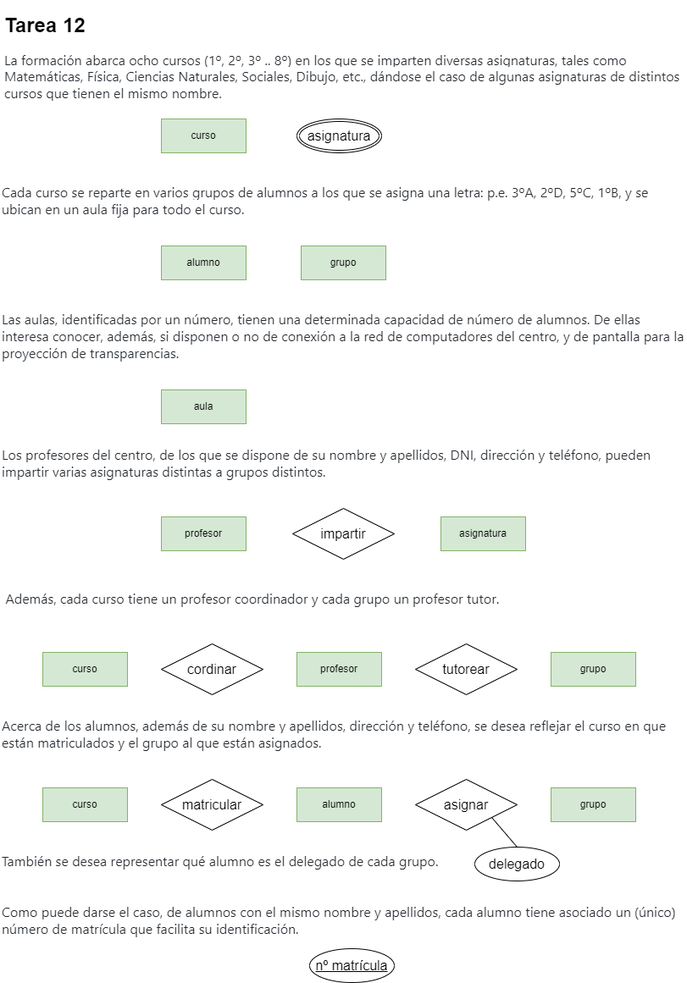
javigh193/bae keeps this draw.io diagram as tareasER/tarea12.png. Above is the earlier version. Source tidied: cells renumbered, new cells last; positions are measured from the earlier drawing's top-left corner, leaving out a move shared by most shapes.
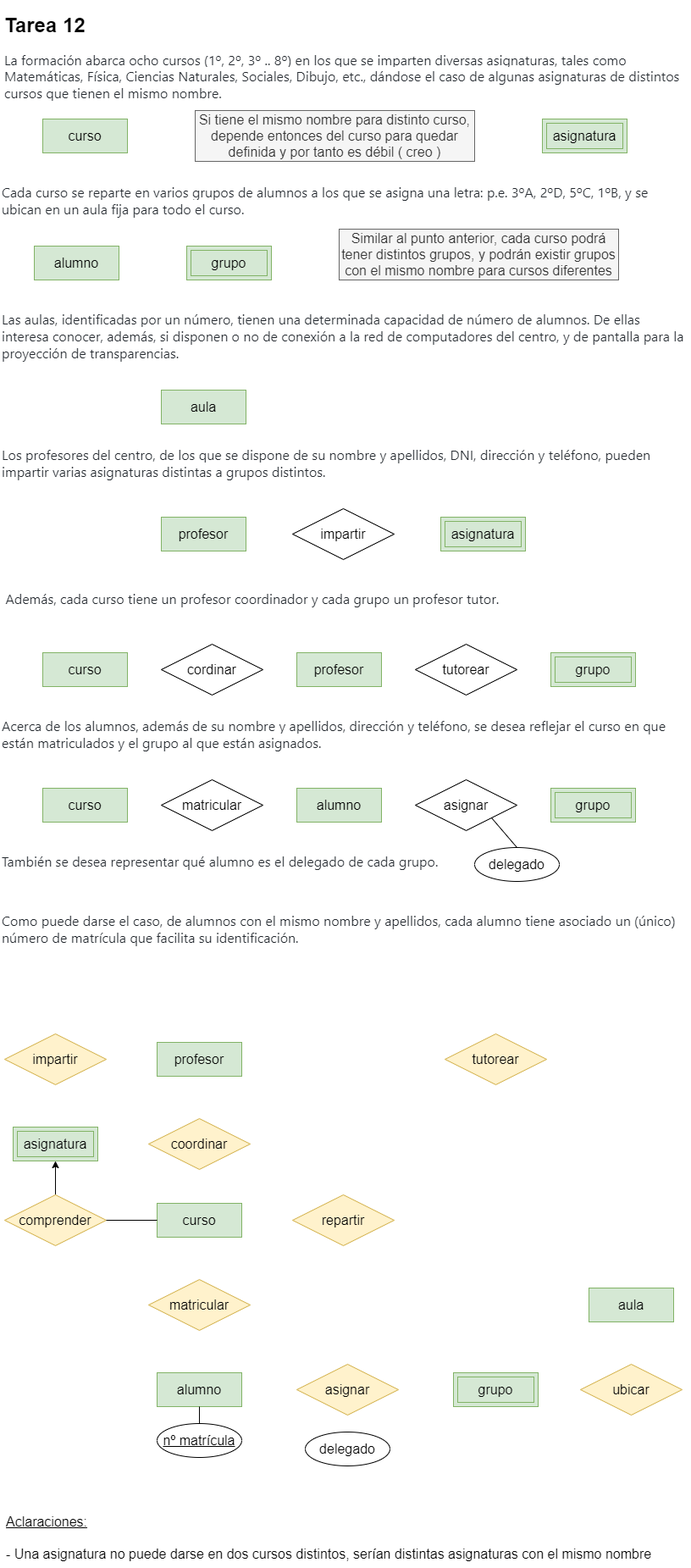
The same file after the commit.

The edit, as a diff of the source:
```diff
@@ -7,8 +7,5 @@
     </mxCell>
-    <mxCell id="3" value="curso" style="whiteSpace=wrap;html=1;align=center;fillColor=#d5e8d4;strokeColor=#82b366;" parent="1" vertex="1">
-      <mxGeometry x="190" y="130" width="100" height="40" as="geometry" />
+    <mxCell id="3" value="&lt;font style=&quot;font-size: 16px;&quot;&gt;curso&lt;/font&gt;" style="whiteSpace=wrap;html=1;align=center;fillColor=#d5e8d4;strokeColor=#82b366;" parent="1" vertex="1">
+      <mxGeometry x="50" y="130" width="100" height="40" as="geometry" />
     </mxCell>
-    <mxCell id="4" value="asignatura" style="ellipse;shape=doubleEllipse;margin=3;whiteSpace=wrap;html=1;align=center;fontSize=16;" parent="1" vertex="1">
-      <mxGeometry x="350" y="130" width="100" height="40" as="geometry" />
-    </mxCell>
     <mxCell id="5" value="&lt;span style=&quot;color: rgb(36, 41, 47); font-family: -apple-system, BlinkMacSystemFont, &amp;quot;Segoe UI&amp;quot;, Helvetica, Arial, sans-serif, &amp;quot;Apple Color Emoji&amp;quot;, &amp;quot;Segoe UI Emoji&amp;quot;; font-size: 16px; font-style: normal; font-variant-ligatures: normal; font-variant-caps: normal; font-weight: 400; letter-spacing: normal; orphans: 2; text-align: justify; text-indent: 0px; text-transform: none; widows: 2; word-spacing: 0px; -webkit-text-stroke-width: 0px; background-color: rgb(255, 255, 255); text-decoration-thickness: initial; text-decoration-style: initial; text-decoration-color: initial; float: none; display: inline !important;&quot;&gt;Cada curso se reparte en varios grupos de alumnos a los que se asigna una letra: p.e. 3ºA, 2ºD, 5ºC, 1ºB, y se ubican en un aula fija para todo el curso.&lt;span&gt;&amp;nbsp;&lt;/span&gt;&lt;/span&gt;" style="text;whiteSpace=wrap;html=1;fontSize=16;" parent="1" vertex="1">
@@ -19,3 +16,3 @@
     </mxCell>
-    <mxCell id="7" value="aula" style="whiteSpace=wrap;html=1;align=center;fillColor=#d5e8d4;strokeColor=#82b366;" parent="1" vertex="1">
+    <mxCell id="7" value="&lt;font style=&quot;font-size: 16px;&quot;&gt;aula&lt;/font&gt;" style="whiteSpace=wrap;html=1;align=center;fillColor=#d5e8d4;strokeColor=#82b366;" parent="1" vertex="1">
       <mxGeometry x="190" y="450" width="100" height="40" as="geometry" />
@@ -25,8 +22,5 @@
     </mxCell>
-    <mxCell id="9" value="profesor" style="whiteSpace=wrap;html=1;align=center;fillColor=#d5e8d4;strokeColor=#82b366;" parent="1" vertex="1">
+    <mxCell id="9" value="&lt;font style=&quot;font-size: 16px;&quot;&gt;profesor&lt;/font&gt;" style="whiteSpace=wrap;html=1;align=center;fillColor=#d5e8d4;strokeColor=#82b366;" parent="1" vertex="1">
       <mxGeometry x="190" y="600" width="100" height="40" as="geometry" />
     </mxCell>
-    <mxCell id="10" value="asignatura" style="whiteSpace=wrap;html=1;align=center;fillColor=#d5e8d4;strokeColor=#82b366;" parent="1" vertex="1">
-      <mxGeometry x="520" y="600" width="100" height="40" as="geometry" />
-    </mxCell>
     <mxCell id="11" value="impartir" style="shape=rhombus;perimeter=rhombusPerimeter;whiteSpace=wrap;html=1;align=center;fontSize=16;" parent="1" vertex="1">
@@ -37,3 +31,3 @@
     </mxCell>
-    <mxCell id="13" value="profesor" style="whiteSpace=wrap;html=1;align=center;fillColor=#d5e8d4;strokeColor=#82b366;" parent="1" vertex="1">
+    <mxCell id="13" value="&lt;font style=&quot;font-size: 16px;&quot;&gt;profesor&lt;/font&gt;" style="whiteSpace=wrap;html=1;align=center;fillColor=#d5e8d4;strokeColor=#82b366;" parent="1" vertex="1">
       <mxGeometry x="350" y="760" width="100" height="40" as="geometry" />
@@ -46,8 +40,5 @@
     </mxCell>
-    <mxCell id="16" value="curso" style="whiteSpace=wrap;html=1;align=center;fillColor=#d5e8d4;strokeColor=#82b366;" parent="1" vertex="1">
+    <mxCell id="16" value="&lt;font style=&quot;font-size: 16px;&quot;&gt;curso&lt;/font&gt;" style="whiteSpace=wrap;html=1;align=center;fillColor=#d5e8d4;strokeColor=#82b366;" parent="1" vertex="1">
       <mxGeometry x="50" y="760" width="100" height="40" as="geometry" />
     </mxCell>
-    <mxCell id="17" value="grupo" style="whiteSpace=wrap;html=1;align=center;fillColor=#d5e8d4;strokeColor=#82b366;" parent="1" vertex="1">
-      <mxGeometry x="650" y="760" width="100" height="40" as="geometry" />
-    </mxCell>
     <mxCell id="18" value="&lt;span style=&quot;color: rgb(36, 41, 47); font-family: -apple-system, BlinkMacSystemFont, &amp;quot;Segoe UI&amp;quot;, Helvetica, Arial, sans-serif, &amp;quot;Apple Color Emoji&amp;quot;, &amp;quot;Segoe UI Emoji&amp;quot;; font-size: 16px; font-style: normal; font-variant-ligatures: normal; font-variant-caps: normal; font-weight: 400; letter-spacing: normal; orphans: 2; text-align: justify; text-indent: 0px; text-transform: none; widows: 2; word-spacing: 0px; -webkit-text-stroke-width: 0px; background-color: rgb(255, 255, 255); text-decoration-thickness: initial; text-decoration-style: initial; text-decoration-color: initial; float: none; display: inline !important;&quot;&gt;Acerca de los alumnos, además de su nombre y apellidos, dirección y teléfono, se desea reflejar el curso en que están matriculados y el grupo al que están asignados.&lt;/span&gt;" style="text;whiteSpace=wrap;html=1;fontSize=16;" parent="1" vertex="1">
@@ -55,14 +46,8 @@
     </mxCell>
-    <mxCell id="19" value="alumno" style="whiteSpace=wrap;html=1;align=center;fillColor=#d5e8d4;strokeColor=#82b366;" parent="1" vertex="1">
-      <mxGeometry x="190" y="280" width="100" height="40" as="geometry" />
+    <mxCell id="19" value="&lt;font style=&quot;font-size: 16px;&quot;&gt;alumno&lt;/font&gt;" style="whiteSpace=wrap;html=1;align=center;fillColor=#d5e8d4;strokeColor=#82b366;" parent="1" vertex="1">
+      <mxGeometry x="40" y="280" width="100" height="40" as="geometry" />
     </mxCell>
-    <mxCell id="20" value="grupo" style="whiteSpace=wrap;html=1;align=center;fillColor=#d5e8d4;strokeColor=#82b366;" parent="1" vertex="1">
-      <mxGeometry x="355" y="280" width="100" height="40" as="geometry" />
-    </mxCell>
-    <mxCell id="21" value="alumno" style="whiteSpace=wrap;html=1;align=center;fillColor=#d5e8d4;strokeColor=#82b366;" parent="1" vertex="1">
+    <mxCell id="21" value="&lt;font style=&quot;font-size: 16px;&quot;&gt;alumno&lt;/font&gt;" style="whiteSpace=wrap;html=1;align=center;fillColor=#d5e8d4;strokeColor=#82b366;" parent="1" vertex="1">
       <mxGeometry x="350" y="920" width="100" height="40" as="geometry" />
     </mxCell>
-    <mxCell id="22" value="grupo" style="whiteSpace=wrap;html=1;align=center;fillColor=#d5e8d4;strokeColor=#82b366;" parent="1" vertex="1">
-      <mxGeometry x="650" y="920" width="100" height="40" as="geometry" />
-    </mxCell>
     <mxCell id="23" value="asignar" style="shape=rhombus;perimeter=rhombusPerimeter;whiteSpace=wrap;html=1;align=center;fontSize=16;" parent="1" vertex="1">
@@ -73,3 +58,3 @@
     </mxCell>
-    <mxCell id="25" value="curso" style="whiteSpace=wrap;html=1;align=center;fillColor=#d5e8d4;strokeColor=#82b366;" parent="1" vertex="1">
+    <mxCell id="25" value="&lt;font style=&quot;font-size: 16px;&quot;&gt;curso&lt;/font&gt;" style="whiteSpace=wrap;html=1;align=center;fillColor=#d5e8d4;strokeColor=#82b366;" parent="1" vertex="1">
       <mxGeometry x="50" y="920" width="100" height="40" as="geometry" />
@@ -86,7 +71,85 @@
     <mxCell id="29" value="&lt;span style=&quot;color: rgb(36, 41, 47); font-family: -apple-system, BlinkMacSystemFont, &amp;quot;Segoe UI&amp;quot;, Helvetica, Arial, sans-serif, &amp;quot;Apple Color Emoji&amp;quot;, &amp;quot;Segoe UI Emoji&amp;quot;; font-size: 16px; font-style: normal; font-variant-ligatures: normal; font-variant-caps: normal; font-weight: 400; letter-spacing: normal; orphans: 2; text-align: justify; text-indent: 0px; text-transform: none; widows: 2; word-spacing: 0px; -webkit-text-stroke-width: 0px; background-color: rgb(255, 255, 255); text-decoration-thickness: initial; text-decoration-style: initial; text-decoration-color: initial; float: none; display: inline !important;&quot;&gt;Como puede darse el caso, de alumnos con el mismo nombre y apellidos, cada alumno tiene asociado un (único) número de matrícula que facilita su identificación.&lt;/span&gt;" style="text;whiteSpace=wrap;html=1;fontSize=16;" parent="1" vertex="1">
-      <mxGeometry y="1050" width="810" height="70" as="geometry" />
+      <mxGeometry y="1060" width="810" height="70" as="geometry" />
     </mxCell>
     <mxCell id="30" value="nº matrícula" style="ellipse;whiteSpace=wrap;html=1;align=center;fontStyle=4;fontSize=16;" parent="1" vertex="1">
-      <mxGeometry x="365" y="1110" width="100" height="40" as="geometry" />
+      <mxGeometry x="185" y="1670" width="100" height="40" as="geometry" />
     </mxCell>
+    <mxCell id="31" value="alumno" style="whiteSpace=wrap;html=1;align=center;fillColor=#d5e8d4;strokeColor=#82b366;fontSize=16;" parent="1" vertex="1">
+      <mxGeometry x="185" y="1610" width="100" height="40" as="geometry" />
+    </mxCell>
+    <mxCell id="32" value="asignar" style="shape=rhombus;perimeter=rhombusPerimeter;whiteSpace=wrap;html=1;align=center;fontSize=16;fillColor=#fff2cc;strokeColor=#d6b656;" parent="1" vertex="1">
+      <mxGeometry x="350" y="1600" width="120" height="60" as="geometry" />
+    </mxCell>
+    <mxCell id="33" value="matricular" style="shape=rhombus;perimeter=rhombusPerimeter;whiteSpace=wrap;html=1;align=center;fontSize=16;fillColor=#fff2cc;strokeColor=#d6b656;" parent="1" vertex="1">
+      <mxGeometry x="175" y="1500" width="120" height="60" as="geometry" />
+    </mxCell>
+    <mxCell id="34" value="&lt;font style=&quot;font-size: 16px;&quot;&gt;curso&lt;/font&gt;" style="whiteSpace=wrap;html=1;align=center;fillColor=#d5e8d4;strokeColor=#82b366;" parent="1" vertex="1">
+      <mxGeometry x="185" y="1410" width="100" height="40" as="geometry" />
+    </mxCell>
+    <mxCell id="35" value="delegado" style="ellipse;whiteSpace=wrap;html=1;align=center;fontSize=16;" parent="1" vertex="1">
+      <mxGeometry x="360" y="1680" width="100" height="40" as="geometry" />
+    </mxCell>
+    <mxCell id="36" value="Si tiene el mismo nombre para distinto curso, depende entonces del curso para quedar definida y por tanto es débil ( creo )" style="text;html=1;strokeColor=#666666;fillColor=#f5f5f5;align=center;verticalAlign=middle;whiteSpace=wrap;rounded=0;fontSize=16;fontColor=#333333;" parent="1" vertex="1">
+      <mxGeometry x="230" y="120" width="330" height="60" as="geometry" />
+    </mxCell>
+    <mxCell id="37" value="asignatura" style="shape=ext;margin=3;double=1;whiteSpace=wrap;html=1;align=center;fontSize=16;fillColor=#d5e8d4;strokeColor=#82b366;" parent="1" vertex="1">
+      <mxGeometry x="640" y="130" width="100" height="40" as="geometry" />
+    </mxCell>
+    <mxCell id="38" value="asignatura" style="shape=ext;margin=3;double=1;whiteSpace=wrap;html=1;align=center;fontSize=16;fillColor=#d5e8d4;strokeColor=#82b366;" parent="1" vertex="1">
+      <mxGeometry x="520" y="600" width="100" height="40" as="geometry" />
+    </mxCell>
+    <mxCell id="39" value="asignatura" style="shape=ext;margin=3;double=1;whiteSpace=wrap;html=1;align=center;fontSize=16;fillColor=#d5e8d4;strokeColor=#82b366;" parent="1" vertex="1">
+      <mxGeometry x="15" y="1320" width="100" height="40" as="geometry" />
+    </mxCell>
+    <mxCell id="40" style="edgeStyle=orthogonalEdgeStyle;rounded=0;jettySize=auto;html=1;entryX=0.5;entryY=1;entryDx=0;entryDy=0;fontSize=16;" parent="1" edge="1" source="41" target="39">
+      <mxGeometry relative="1" as="geometry" />
+    </mxCell>
+    <mxCell id="41" value="comprender" style="shape=rhombus;perimeter=rhombusPerimeter;whiteSpace=wrap;html=1;align=center;fontSize=16;fillColor=#fff2cc;strokeColor=#d6b656;" parent="1" vertex="1">
+      <mxGeometry x="5" y="1400" width="120" height="60" as="geometry" />
+    </mxCell>
+    <mxCell id="42" value="repartir" style="shape=rhombus;perimeter=rhombusPerimeter;whiteSpace=wrap;html=1;align=center;fontSize=16;fillColor=#fff2cc;strokeColor=#d6b656;" parent="1" vertex="1">
+      <mxGeometry x="345" y="1400" width="120" height="60" as="geometry" />
+    </mxCell>
+    <mxCell id="43" value="&lt;font style=&quot;font-size: 16px;&quot;&gt;aula&lt;/font&gt;" style="whiteSpace=wrap;html=1;align=center;fillColor=#d5e8d4;strokeColor=#82b366;" parent="1" vertex="1">
+      <mxGeometry x="695" y="1510" width="100" height="40" as="geometry" />
+    </mxCell>
+    <mxCell id="44" value="ubicar" style="shape=rhombus;perimeter=rhombusPerimeter;whiteSpace=wrap;html=1;align=center;fontSize=16;fillColor=#fff2cc;strokeColor=#d6b656;" parent="1" vertex="1">
+      <mxGeometry x="685" y="1600" width="120" height="60" as="geometry" />
+    </mxCell>
+    <mxCell id="45" value="Similar al punto anterior, cada curso podrá tener distintos grupos, y podrán existir grupos con el mismo nombre para cursos diferentes" style="text;html=1;strokeColor=#666666;fillColor=#f5f5f5;align=center;verticalAlign=middle;whiteSpace=wrap;rounded=0;fontSize=16;fontColor=#333333;" parent="1" vertex="1">
+      <mxGeometry x="400" y="260" width="330" height="60" as="geometry" />
+    </mxCell>
+    <mxCell id="46" value="grupo" style="shape=ext;margin=3;double=1;whiteSpace=wrap;html=1;align=center;sketch=0;fontSize=16;fillColor=#d5e8d4;strokeColor=#82b366;" parent="1" vertex="1">
+      <mxGeometry x="535" y="1610" width="100" height="40" as="geometry" />
+    </mxCell>
+    <mxCell id="47" value="grupo" style="shape=ext;margin=3;double=1;whiteSpace=wrap;html=1;align=center;sketch=0;fontSize=16;fillColor=#d5e8d4;strokeColor=#82b366;" parent="1" vertex="1">
+      <mxGeometry x="650" y="920" width="100" height="40" as="geometry" />
+    </mxCell>
+    <mxCell id="48" value="grupo" style="shape=ext;margin=3;double=1;whiteSpace=wrap;html=1;align=center;sketch=0;fontSize=16;fillColor=#d5e8d4;strokeColor=#82b366;" parent="1" vertex="1">
+      <mxGeometry x="650" y="760" width="100" height="40" as="geometry" />
+    </mxCell>
+    <mxCell id="49" value="grupo" style="shape=ext;margin=3;double=1;whiteSpace=wrap;html=1;align=center;sketch=0;fontSize=16;fillColor=#d5e8d4;strokeColor=#82b366;" parent="1" vertex="1">
+      <mxGeometry x="220" y="280" width="100" height="40" as="geometry" />
+    </mxCell>
+    <mxCell id="50" value="&lt;font style=&quot;font-size: 16px;&quot;&gt;profesor&lt;/font&gt;" style="whiteSpace=wrap;html=1;align=center;fillColor=#d5e8d4;strokeColor=#82b366;" parent="1" vertex="1">
+      <mxGeometry x="185" y="1220" width="100" height="40" as="geometry" />
+    </mxCell>
+    <mxCell id="51" value="impartir" style="shape=rhombus;perimeter=rhombusPerimeter;whiteSpace=wrap;html=1;align=center;fontSize=16;fillColor=#fff2cc;strokeColor=#d6b656;" parent="1" vertex="1">
+      <mxGeometry x="5" y="1210" width="120" height="60" as="geometry" />
+    </mxCell>
+    <mxCell id="52" value="coordinar" style="shape=rhombus;perimeter=rhombusPerimeter;whiteSpace=wrap;html=1;align=center;fontSize=16;fillColor=#fff2cc;strokeColor=#d6b656;" parent="1" vertex="1">
+      <mxGeometry x="175" y="1310" width="120" height="60" as="geometry" />
+    </mxCell>
+    <mxCell id="53" value="tutorear" style="shape=rhombus;perimeter=rhombusPerimeter;whiteSpace=wrap;html=1;align=center;fontSize=16;fillColor=#fff2cc;strokeColor=#d6b656;" parent="1" vertex="1">
+      <mxGeometry x="525" y="1210" width="120" height="60" as="geometry" />
+    </mxCell>
+    <mxCell id="54" style="endArrow=none;html=1;rounded=0;fontSize=16;exitX=0.5;exitY=1;exitDx=0;exitDy=0;entryX=0.5;entryY=0;entryDx=0;entryDy=0;" parent="1" edge="1" source="31" target="30">
+      <mxGeometry relative="1" as="geometry" />
+    </mxCell>
+    <mxCell id="55" style="endArrow=none;html=1;rounded=0;fontSize=16;exitX=1;exitY=0.5;exitDx=0;exitDy=0;entryX=0;entryY=0.5;entryDx=0;entryDy=0;" parent="1" edge="1" source="41" target="34">
+      <mxGeometry relative="1" as="geometry" />
+    </mxCell>
+    <mxCell id="56" value="&lt;u&gt;Aclaraciones:&lt;br&gt;&lt;/u&gt;&lt;br&gt;- Una asignatura no puede darse en dos cursos distintos, serían distintas asignaturas con el mismo nombre&lt;br&gt;&lt;div style=&quot;text-align: justify;&quot;&gt;&lt;/div&gt;" style="text;whiteSpace=wrap;html=1;fontSize=16;" parent="1" vertex="1">
+      <mxGeometry x="5" y="1770" width="810" height="70" as="geometry" />
+    </mxCell>
   </root>
```
